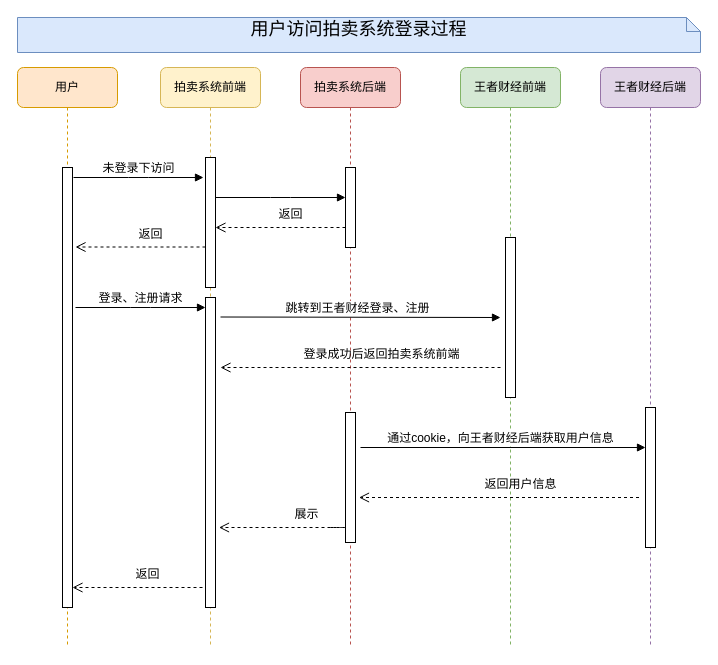
This is 拍卖系统-登录注册流程.drawio from gtfcugb/tmpshare, a draw.io file, before an edit. Source tidied: cells renumbered, new cells numbered last; positions are measured from the earlier drawing's top-left corner, leaving out a move shared by most shapes. Both pictures are drawn from the tidied source at 100%, with x=0, y=0 at pixel (17, 17).
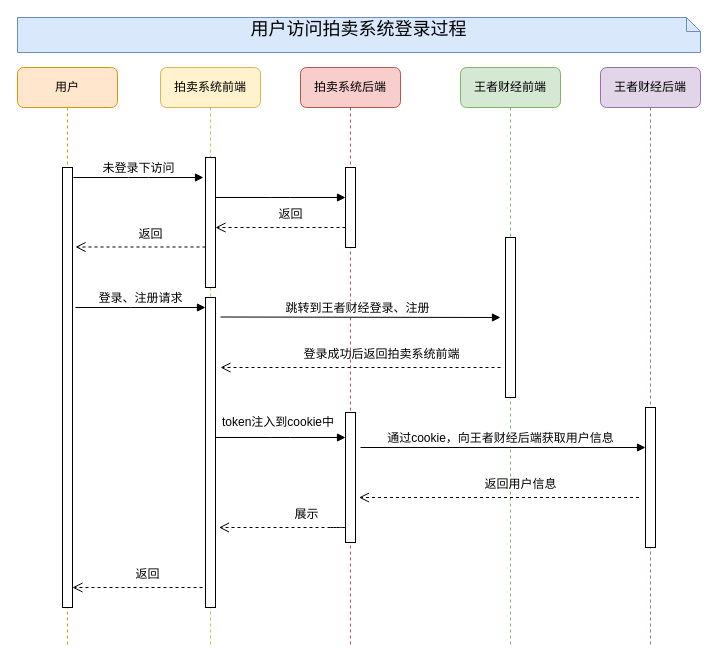
After the change.

Commit message:
Update 拍卖系统-登录注册流程.drawio

Change to the diagram source:
```diff
@@
+    <mxCell id="28" style="html=1;verticalAlign=bottom;endArrow=block;entryX=0;entryY=0;labelBackgroundColor=none;fontFamily=Verdana;fontSize=12;edgeStyle=elbowEdgeStyle;elbow=vertical;" parent="1" edge="1">
+      <mxGeometry y="30" relative="1" as="geometry">
+        <mxPoint x="198" y="420" as="sourcePoint" />
+        <mxPoint x="328" y="420" as="targetPoint" />
+      </mxGeometry>
+    </mxCell>
+    <mxCell id="29" value="token注入到cookie中" style="text;html=1;align=left;verticalAlign=top;spacingTop=-4;" parent="1" vertex="1">
+      <mxGeometry x="203" y="395" width="130" height="20" as="geometry" />
+    </mxCell>
```
